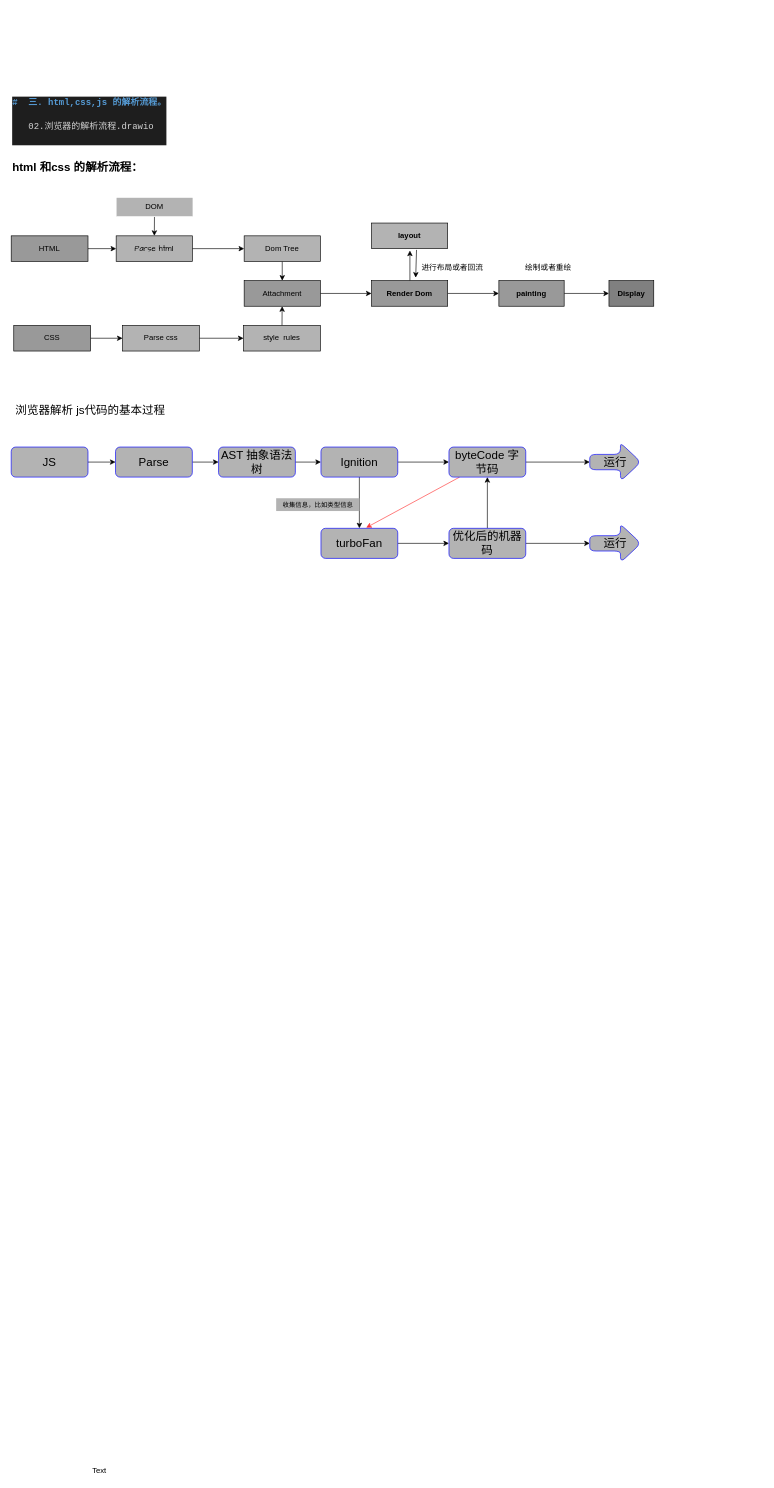
Above: js/01.浏览器的解析过程/3.浏览器的解析流程.drawio in winterWX/front-end-code (draw.io), before the change. Source tidied: cells renumbered, new cells numbered last; positions are measured from the earlier drawing's top-left corner, leaving out a move shared by most shapes. Both pictures are drawn from the tidied source at 64%, with x=0, y=0 at pixel (11, 11).
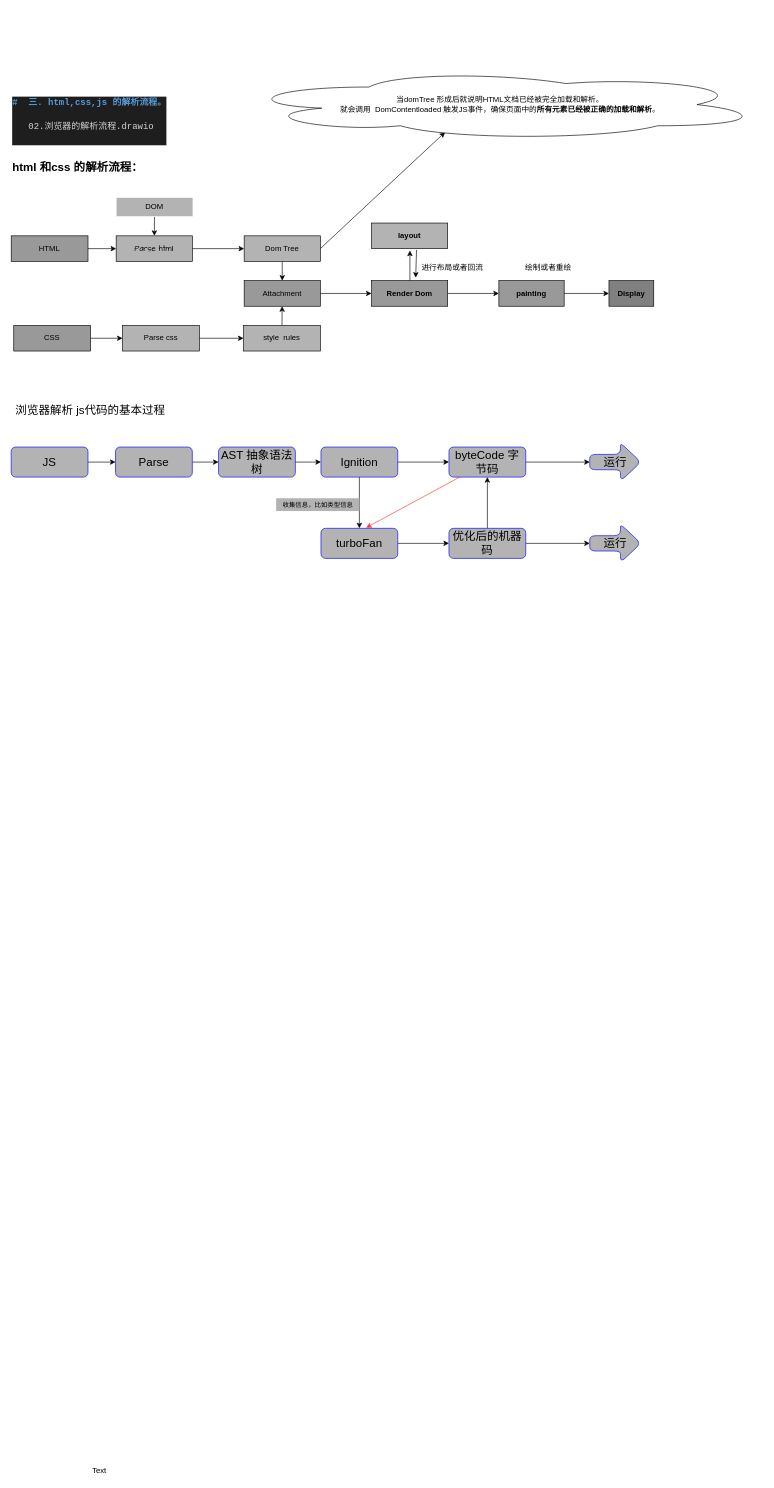
After the change.

The change refers to these unchanged cells:
```xml
<mxCell id="18" value="Dom Tree" style="whiteSpace=wrap;html=1;fillColor=#B3B3B3;" parent="1" vertex="1">
  <mxGeometry x="364" y="351" width="119" height="40" as="geometry" />
</mxCell>
```

What changed in the source:
```diff
@@
+    <mxCell id="53" style="edgeStyle=none;html=1;exitX=1;exitY=0.5;exitDx=0;exitDy=0;entryX=0.395;entryY=0.892;entryDx=0;entryDy=0;entryPerimeter=0;fillColor=#FF0000;" parent="1" edge="1" source="18" target="54">
+      <mxGeometry relative="1" as="geometry" />
+    </mxCell>
@@
+    <mxCell id="54" value="当domTree 形成后就说明HTML文档已经被完全加载和解析。&lt;br&gt;就会调用&amp;nbsp; DomContentloaded 触发JS事件，确保页面中的&lt;b&gt;所有元素已经被正确的加载和解析&lt;/b&gt;。" style="ellipse;shape=cloud;whiteSpace=wrap;html=1;" parent="1" vertex="1">
+      <mxGeometry x="354" y="91" width="820" height="110" as="geometry" />
+    </mxCell>
```
